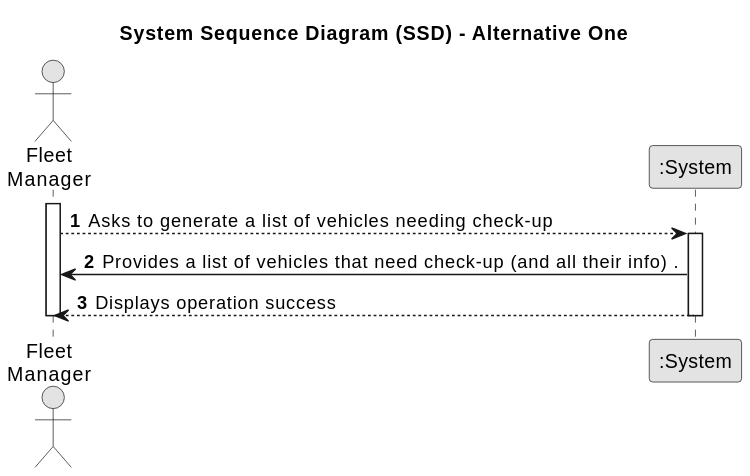
The PlantUML diagram docs/sprintB/us008/01.requirements-engineering/svg/us008-system-sequence-diagram-alternative-one-System_Sequence_Diagram__SSD____Alternative_One.svg in SAEmanuel/Green_Spaces_Management_ISEP, before a commit.
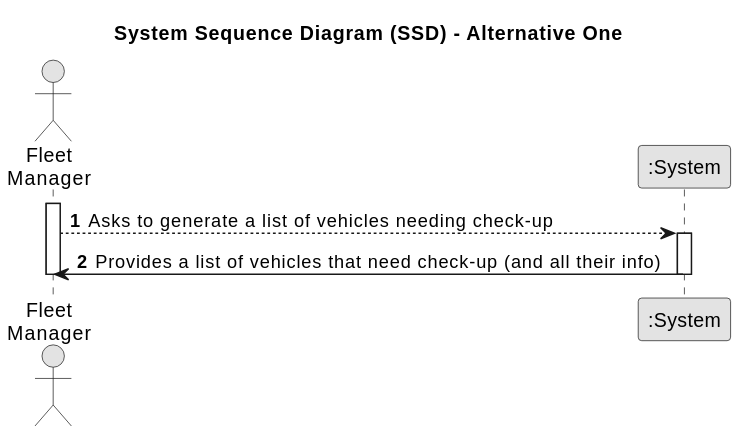
After the commit.

Change to the diagram source:
```diff
@@ -10,15 +10,14 @@
 actor "Fleet\nManager" as FM
 participant ":System" as System
 
-
         activate FM
 
         FM --> System: Asks to generate a list of vehicles needing check-up
         activate System
 
-        System -> FM : Provides a list of vehicles that need check-up (and all their info) .
+        System -> FM : Provides a list of vehicles that need check-up (and all their info)
 
-        System --> FM : Displays operation success
+
         deactivate System
         deactivate FM
 @enduml
```
